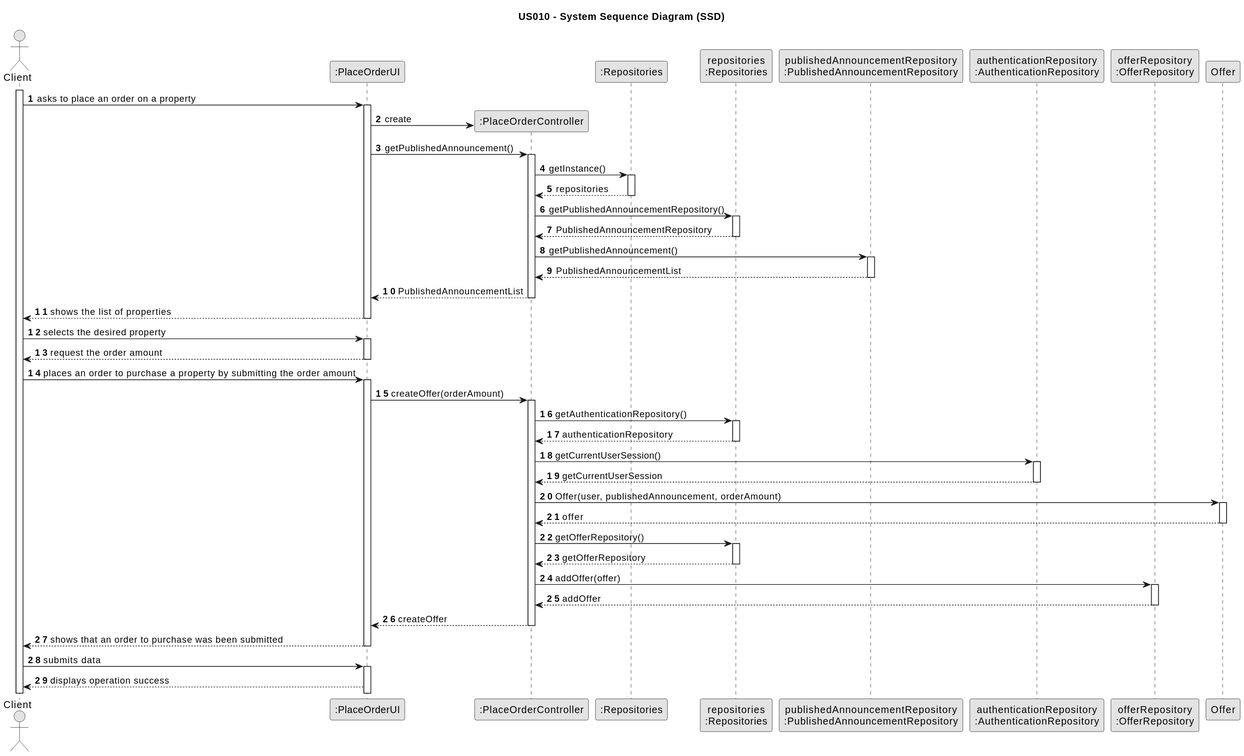
Before: docs/sprintC/US10/03.design/svg/us010-sequence-diagram-full.svg, a diagram exported from PlantUML (PureNimble/ISEP-LAPR2). Its diagram source:
```plantuml
@startuml
skinparam monochrome true
skinparam packageStyle rectangle
skinparam shadowing false

title US010 - System Sequence Diagram (SSD)

autonumber

actor "Client" as Client
participant ":PlaceOrderUI" as System
participant ":PlaceOrderController" as Controller
participant ":Repositories" as RepositorySingleton
participant "repositories\n:Repositories" as Repositories
participant "publishedAnnouncementRepository\n:PublishedAnnouncementRepository" as PublishedAnnouncementRepository
participant "authenticationRepository\n:AuthenticationRepository" as AuthenticationRepository
participant "offerRepository\n:OfferRepository" as OfferRepository
participant "Offer" as Offer

activate Client

Client -> System : asks to place an order on a property
activate System

System -> Controller** : create

System -> Controller : getPublishedAnnouncement()
activate Controller

Controller -> RepositorySingleton : getInstance()
activate RepositorySingleton

RepositorySingleton --> Controller: repositories
deactivate RepositorySingleton

Controller -> Repositories : getPublishedAnnouncementRepository()
activate Repositories

Repositories --> Controller: PublishedAnnouncementRepository
deactivate Repositories

Controller -> PublishedAnnouncementRepository : getPublishedAnnouncement()
activate PublishedAnnouncementRepository

PublishedAnnouncementRepository --> Controller : PublishedAnnouncementList
deactivate PublishedAnnouncementRepository

Controller --> System : PublishedAnnouncementList
deactivate Controller

System --> Client : shows the list of properties
deactivate System

Client -> System : selects the desired property
activate System

System --> Client : request the order amount
deactivate System

Client -> System : places an order to purchase a property by submitting the order amount
activate System

System -> Controller : createOffer(orderAmount)
activate Controller

Controller -> Repositories : getAuthenticationRepository()
activate Repositories

Repositories --> Controller : authenticationRepository
deactivate Repositories

Controller -> AuthenticationRepository : getCurrentUserSession()
activate AuthenticationRepository

AuthenticationRepository --> Controller : getCurrentUserSession
deactivate AuthenticationRepository

Controller -> Offer : Offer(user, publishedAnnouncement, orderAmount)
activate Offer

Offer --> Controller : offer
deactivate Offer

Controller -> Repositories : getOfferRepository()
activate Repositories

Repositories --> Controller : getOfferRepository
deactivate Repositories


Controller -> OfferRepository : addOffer(offer)
activate OfferRepository

OfferRepository --> Controller : addOffer
deactivate OfferRepository

Controller --> System : createOffer
deactivate Controller


System --> Client : shows that an order to purchase was been submitted
deactivate System

Client -> System : submits data
activate System

System --> Client : displays operation success
@enduml
```
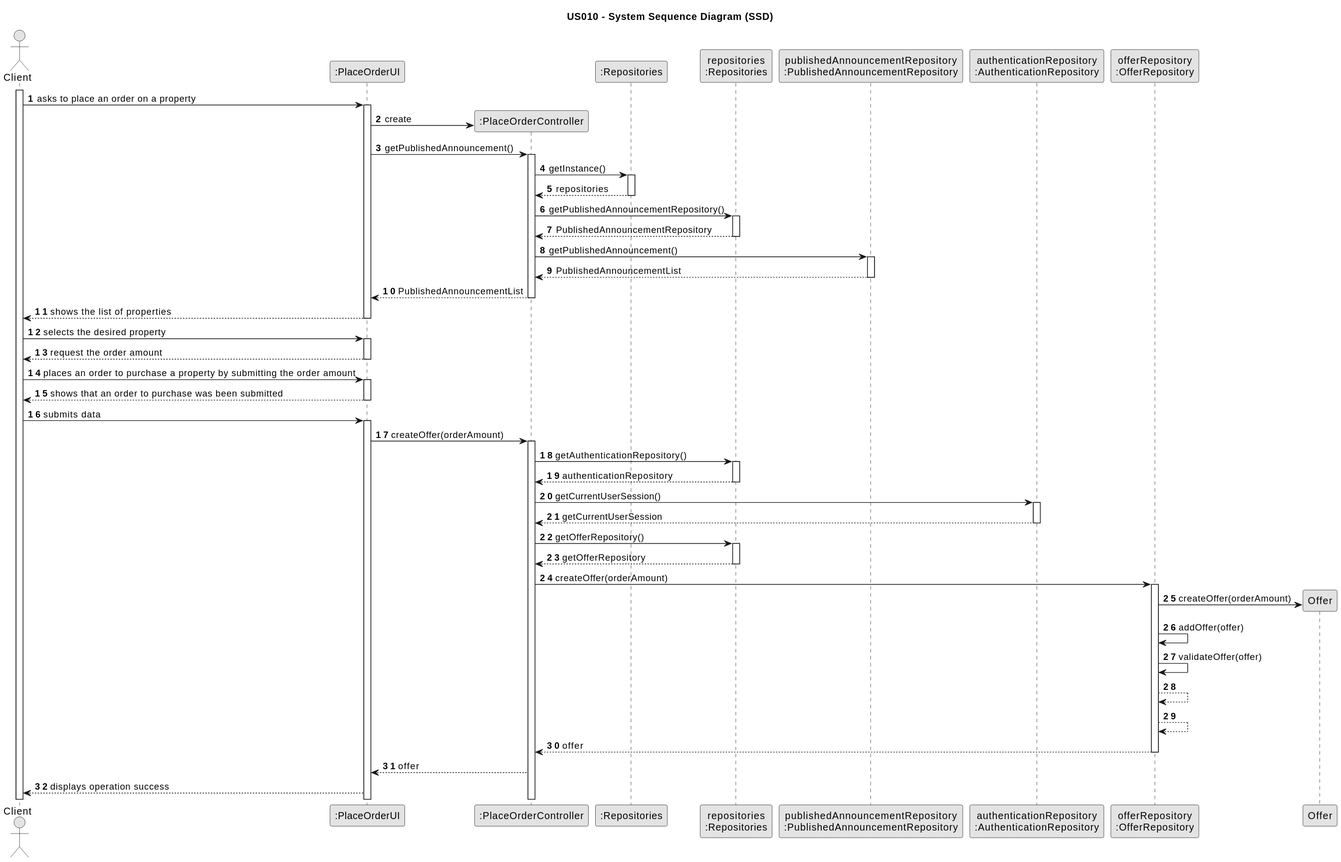
After the change.

Commit message:
US010 - Updated CS, SD Full and SD Partials. Added SVG Preview.

What changed in the source:
```diff
@@ -60,6 +60,13 @@
 Client -> System : places an order to purchase a property by submitting the order amount
 activate System
 
+
+System --> Client : shows that an order to purchase was been submitted
+deactivate System
+
+Client -> System : submits data
+activate System
+
 System -> Controller : createOffer(orderAmount)
 activate Controller
 
@@ -75,34 +82,30 @@
 AuthenticationRepository --> Controller : getCurrentUserSession
 deactivate AuthenticationRepository
 
-Controller -> Offer : Offer(user, publishedAnnouncement, orderAmount)
-activate Offer
-
-Offer --> Controller : offer
-deactivate Offer
-
 Controller -> Repositories : getOfferRepository()
 activate Repositories
 
 Repositories --> Controller : getOfferRepository
 deactivate Repositories
 
-
-Controller -> OfferRepository : addOffer(offer)
+Controller -> OfferRepository : createOffer(orderAmount)
 activate OfferRepository
 
-OfferRepository --> Controller : addOffer
+OfferRepository -> Offer** : createOffer(orderAmount)
+
+OfferRepository -> OfferRepository : addOffer(offer)
+
+OfferRepository -> OfferRepository : validateOffer(offer)
+
+OfferRepository --> OfferRepository
+
+OfferRepository --> OfferRepository
+
+OfferRepository --> Controller : offer
 deactivate OfferRepository
 
-Controller --> System : createOffer
-deactivate Controller
+Controller --> System : offer
 
-
-System --> Client : shows that an order to purchase was been submitted
-deactivate System
-
-Client -> System : submits data
-activate System
 
 System --> Client : displays operation success
 @enduml
```
